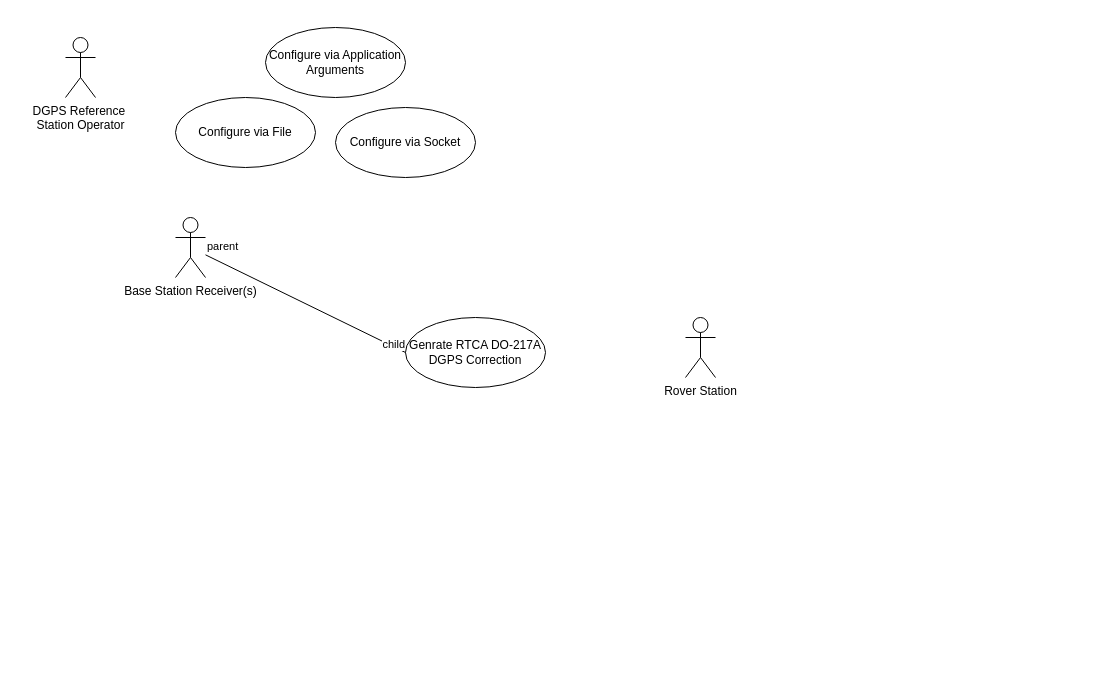
Earlier version of the draw.io diagram doc/dgpsBase High Level UC.drawio (duncang/dgpsBase). Source tidied: cells renumbered, new cells numbered last; positions are measured from the earlier drawing's top-left corner, leaving out a move shared by most shapes. Both pictures are drawn from the tidied source at 100%, with x=0, y=0 at pixel (65, 27).
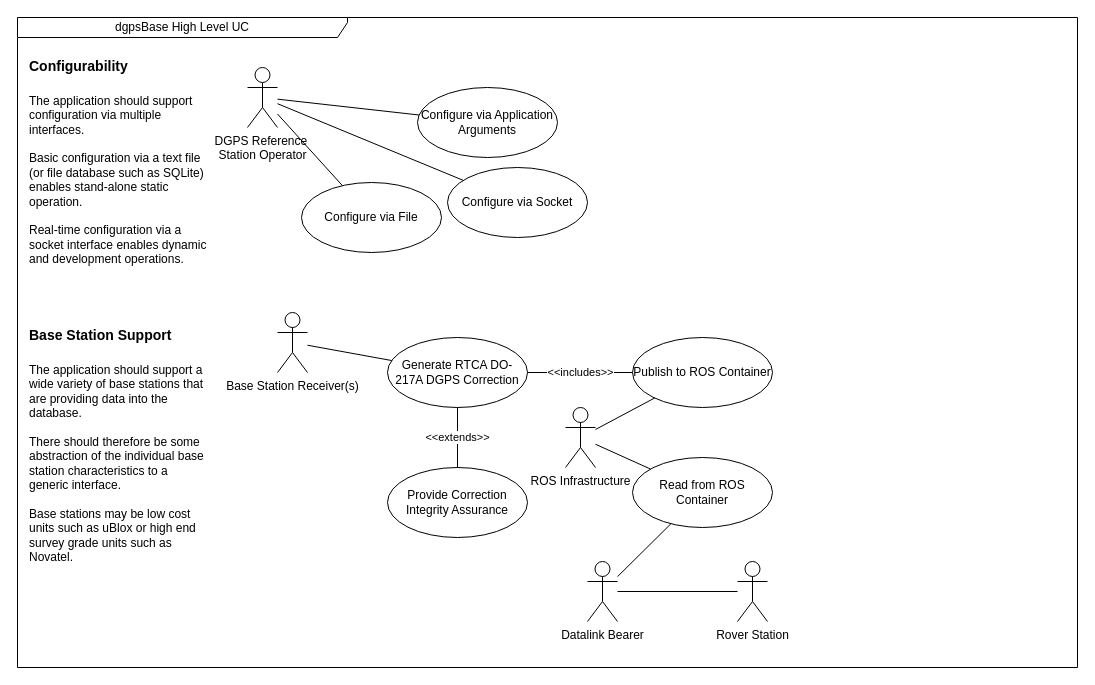
Above is the later version.

Change to the diagram source:
```diff
@@
-    <mxCell id="2" value="Genrate RTCA DO-217A DGPS Correction" style="ellipse;whiteSpace=wrap;html=1;" parent="1" vertex="1">
-      <mxGeometry x="340" y="290" width="140" height="70" as="geometry" />
+    <mxCell id="2" value="Generate RTCA DO-217A DGPS Correction" style="ellipse;whiteSpace=wrap;html=1;" parent="1" vertex="1">
+      <mxGeometry x="322" y="310" width="140" height="70" as="geometry" />
     </mxCell>
     <mxCell id="3" value="Base Station Receiver(s)" style="shape=umlActor;verticalLabelPosition=bottom;verticalAlign=top;html=1;" parent="1" vertex="1">
-      <mxGeometry x="110" y="190" width="30" height="60" as="geometry" />
+      <mxGeometry x="212" y="285" width="30" height="60" as="geometry" />
     </mxCell>
-    <mxCell id="4" style="endArrow=none;html=1;rounded=0;entryX=0;entryY=0.5;entryDx=0;entryDy=0;" parent="1" edge="1" source="3" target="2">
-      <mxGeometry relative="1" as="geometry" />
-    </mxCell>
-    <mxCell id="5" value="parent" style="edgeLabel;html=1;align=left;verticalAlign=bottom;" parent="4" vertex="1">
-      <mxGeometry x="-1" relative="1" as="geometry" />
-    </mxCell>
-    <mxCell id="6" value="child" style="edgeLabel;html=1;align=right;verticalAlign=bottom;" parent="4" vertex="1">
-      <mxGeometry x="1" relative="1" as="geometry" />
-    </mxCell>
     <mxCell id="7" value="Rover Station" style="shape=umlActor;verticalLabelPosition=bottom;verticalAlign=top;html=1;" parent="1" vertex="1">
-      <mxGeometry x="620" y="290" width="30" height="60" as="geometry" />
+      <mxGeometry x="672" y="534" width="30" height="60" as="geometry" />
     </mxCell>
     <mxCell id="8" value="Configure via Socket" style="ellipse;whiteSpace=wrap;html=1;" parent="1" vertex="1">
-      <mxGeometry x="270" y="80" width="140" height="70" as="geometry" />
+      <mxGeometry x="382" y="140" width="140" height="70" as="geometry" />
     </mxCell>
     <mxCell id="9" value="Configure via File" style="ellipse;whiteSpace=wrap;html=1;" parent="1" vertex="1">
-      <mxGeometry x="110" y="70" width="140" height="70" as="geometry" />
+      <mxGeometry x="236" y="155" width="140" height="70" as="geometry" />
     </mxCell>
     <mxCell id="10" value="Configure via Application Arguments" style="ellipse;whiteSpace=wrap;html=1;" parent="1" vertex="1">
-      <mxGeometry x="200" width="140" height="70" as="geometry" />
+      <mxGeometry x="352" y="60" width="140" height="70" as="geometry" />
     </mxCell>
     <mxCell id="11" value="DGPS Reference&amp;nbsp;&lt;div&gt;Station Operator&lt;/div&gt;" style="shape=umlActor;verticalLabelPosition=bottom;verticalAlign=top;html=1;" parent="1" vertex="1">
-      <mxGeometry y="10" width="30" height="60" as="geometry" />
+      <mxGeometry x="182" y="40" width="30" height="60" as="geometry" />
     </mxCell>
+    <mxCell id="12" value="Datalink Bearer" style="shape=umlActor;verticalLabelPosition=bottom;verticalAlign=top;html=1;" parent="1" vertex="1">
+      <mxGeometry x="522" y="534" width="30" height="60" as="geometry" />
+    </mxCell>
+    <mxCell id="13" value="ROS Infrastructure" style="shape=umlActor;verticalLabelPosition=bottom;verticalAlign=top;html=1;" parent="1" vertex="1">
+      <mxGeometry x="500" y="380" width="30" height="60" as="geometry" />
+    </mxCell>
+    <mxCell id="14" value="Provide Correction Integrity Assurance" style="ellipse;whiteSpace=wrap;html=1;" parent="1" vertex="1">
+      <mxGeometry x="322" y="440" width="140" height="70" as="geometry" />
+    </mxCell>
+    <mxCell id="15" value="dgpsBase High Level UC" style="shape=umlFrame;whiteSpace=wrap;html=1;width=330;height=20;" parent="1" vertex="1">
+      <mxGeometry x="-48" y="-10" width="1060" height="650" as="geometry" />
+    </mxCell>
+    <mxCell id="16" value="&lt;h1 style=&quot;margin-top: 0px;&quot;&gt;&lt;font style=&quot;font-size: 14px;&quot;&gt;Base Station Support&lt;/font&gt;&lt;/h1&gt;&lt;div&gt;The application should support a wide variety of base stations that are providing data into the database.&lt;/div&gt;&lt;div&gt;&lt;br&gt;&lt;/div&gt;&lt;div&gt;There should therefore be some abstraction of the individual base station characteristics to a generic interface.&lt;/div&gt;&lt;div&gt;&lt;br&gt;&lt;/div&gt;&lt;div&gt;Base stations may be low cost units such as uBlox or high end survey grade units such as Novatel.&lt;/div&gt;" style="text;html=1;whiteSpace=wrap;overflow=hidden;rounded=0;" parent="1" vertex="1">
+      <mxGeometry x="-38" y="284" width="180" height="270" as="geometry" />
+    </mxCell>
+    <mxCell id="4" style="endArrow=none;html=1;rounded=0;" parent="1" edge="1" source="3" target="2">
+      <mxGeometry relative="1" as="geometry" />
+    </mxCell>
+    <mxCell id="17" style="endArrow=none;html=1;rounded=0;" parent="1" edge="1" source="8" target="11">
+      <mxGeometry relative="1" as="geometry" />
+    </mxCell>
+    <mxCell id="18" style="endArrow=none;html=1;rounded=0;" parent="1" edge="1" source="10" target="11">
+      <mxGeometry relative="1" as="geometry" />
+    </mxCell>
+    <mxCell id="19" style="endArrow=none;html=1;rounded=0;" parent="1" edge="1" source="9" target="11">
+      <mxGeometry relative="1" as="geometry" />
+    </mxCell>
+    <mxCell id="20" value="&lt;h1 style=&quot;margin-top: 0px;&quot;&gt;&lt;span style=&quot;font-size: 14px;&quot;&gt;Configurability&lt;/span&gt;&lt;/h1&gt;&lt;div&gt;The application should support configuration via multiple interfaces.&amp;nbsp;&amp;nbsp;&lt;/div&gt;&lt;div&gt;&lt;br&gt;&lt;/div&gt;&lt;div&gt;Basic configuration via a text file (or file database such as SQLite) enables stand-alone static operation.&lt;/div&gt;&lt;div&gt;&lt;br&gt;&lt;/div&gt;&lt;div&gt;Real-time configuration via a socket interface enables dynamic and development operations.&lt;/div&gt;" style="text;html=1;whiteSpace=wrap;overflow=hidden;rounded=0;" parent="1" vertex="1">
+      <mxGeometry x="-38" y="15" width="180" height="245" as="geometry" />
+    </mxCell>
+    <mxCell id="21" value="&amp;lt;&amp;lt;extends&amp;gt;&amp;gt;" style="endArrow=none;html=1;rounded=0;" parent="1" edge="1" source="14" target="2">
+      <mxGeometry relative="1" as="geometry" />
+    </mxCell>
+    <mxCell id="22" value="Publish to ROS Container" style="ellipse;whiteSpace=wrap;html=1;" parent="1" vertex="1">
+      <mxGeometry x="567" y="310" width="140" height="70" as="geometry" />
+    </mxCell>
+    <mxCell id="23" value="Read from ROS Container" style="ellipse;whiteSpace=wrap;html=1;" parent="1" vertex="1">
+      <mxGeometry x="567" y="430" width="140" height="70" as="geometry" />
+    </mxCell>
+    <mxCell id="24" style="endArrow=none;html=1;rounded=0;" parent="1" edge="1" source="12" target="23">
+      <mxGeometry relative="1" as="geometry" />
+    </mxCell>
+    <mxCell id="25" value="&amp;lt;&amp;lt;includes&amp;gt;&amp;gt;" style="endArrow=none;html=1;rounded=0;" parent="1" edge="1" source="2" target="22">
+      <mxGeometry relative="1" as="geometry" />
+    </mxCell>
+    <mxCell id="26" style="endArrow=none;html=1;rounded=0;" parent="1" edge="1" source="13" target="22">
+      <mxGeometry relative="1" as="geometry" />
+    </mxCell>
+    <mxCell id="27" style="endArrow=none;html=1;rounded=0;" parent="1" edge="1" source="13" target="23">
+      <mxGeometry relative="1" as="geometry" />
+    </mxCell>
+    <mxCell id="28" style="endArrow=none;html=1;rounded=0;" parent="1" edge="1" source="12" target="7">
+      <mxGeometry relative="1" as="geometry" />
+    </mxCell>
```
